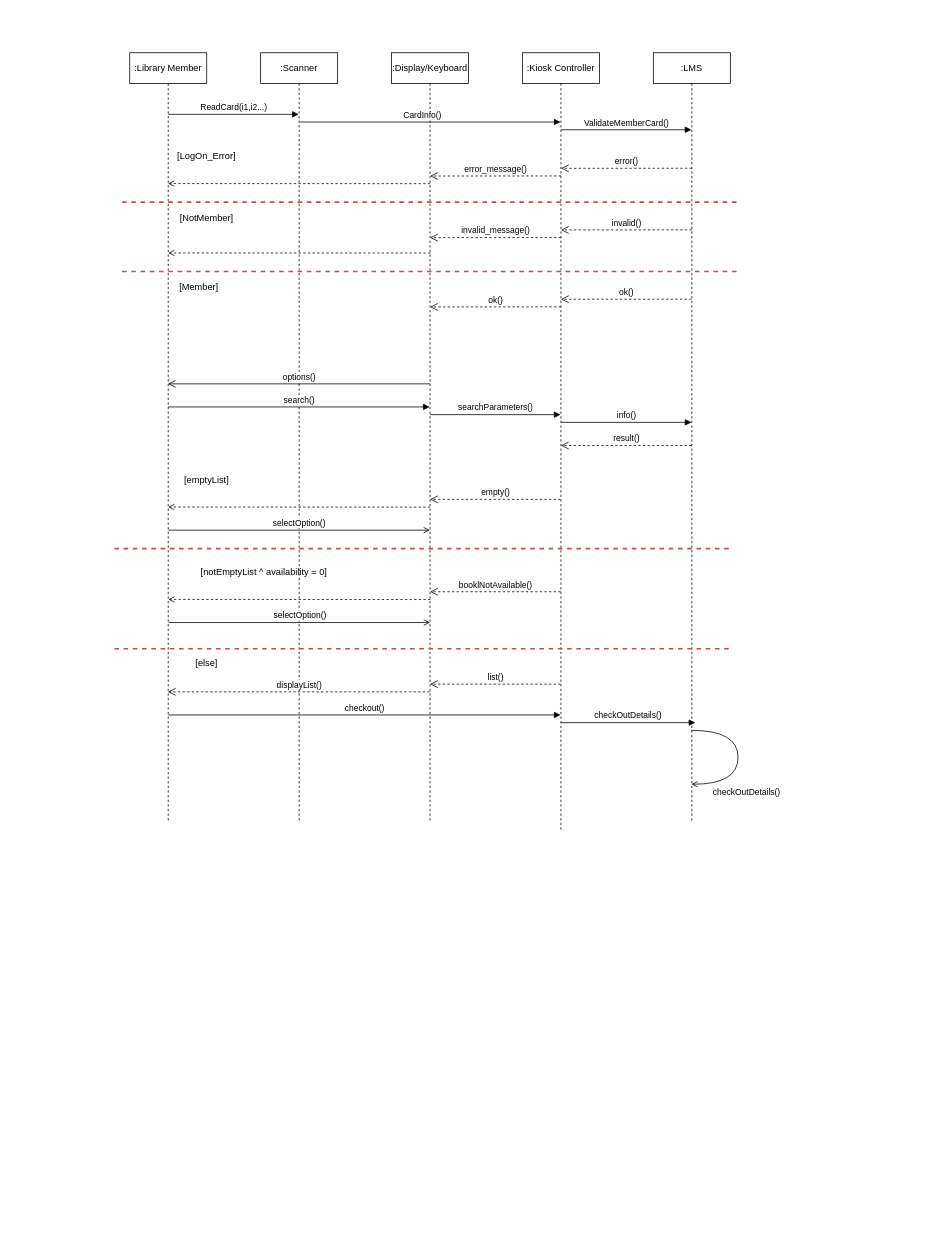
Earlier version of the draw.io diagram Sequence.drawio (CS6359-OOAD/Assignments). Source tidied: cells renumbered, new cells numbered last; positions are measured from the earlier drawing's top-left corner, leaving out a move shared by most shapes. Both pictures are drawn from the tidied source at 77%, with x=0, y=0 at pixel (114, 52).
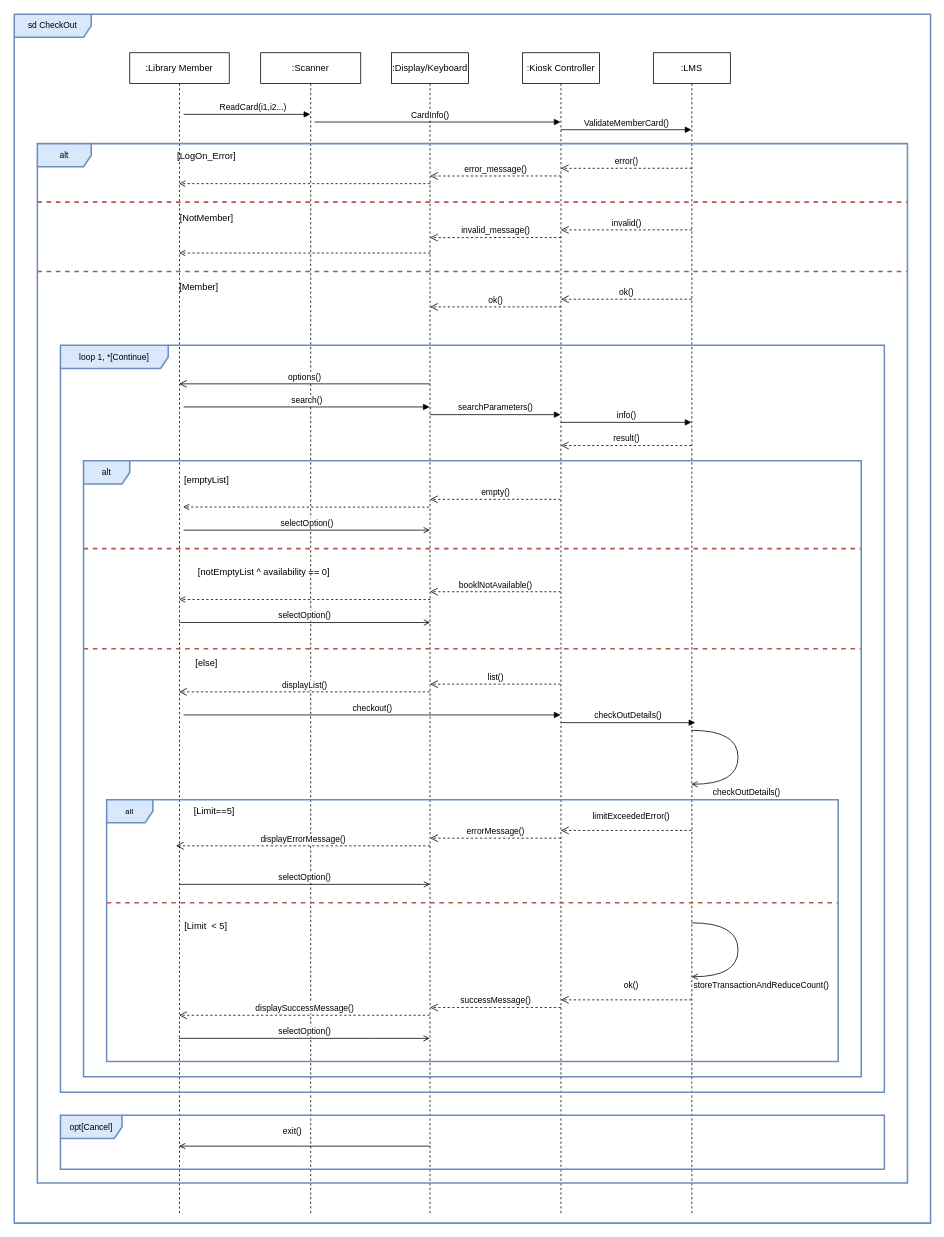
The same diagram, later.

The edit, as a diff of the source:
```diff
@@
     <mxCell id="2" value=":Library Member" style="shape=umlLifeline;perimeter=lifelinePerimeter;whiteSpace=wrap;html=1;outlineConnect=0;" parent="1" vertex="1">
-      <mxGeometry x="20" width="100" height="1000" as="geometry" />
+      <mxGeometry x="20" width="129.2" height="1510" as="geometry" />
     </mxCell>
+    <mxCell id="44" value="[Limit==5]" style="text;html=1;strokeColor=none;fillColor=none;align=center;verticalAlign=middle;whiteSpace=wrap;rounded=0;" parent="2" vertex="1">
+      <mxGeometry x="80" y="970" width="60" height="30" as="geometry" />
+    </mxCell>
+    <mxCell id="45" value="[Limit&amp;nbsp; &amp;lt; 5]" style="text;html=1;strokeColor=none;fillColor=none;align=center;verticalAlign=middle;whiteSpace=wrap;rounded=0;" parent="2" vertex="1">
+      <mxGeometry x="69.2" y="1120" width="60" height="30" as="geometry" />
+    </mxCell>
+    <mxCell id="34" style="endArrow=open;html=1;rounded=0;exitX=0.716;exitY=0.2;exitDx=0;exitDy=0;exitPerimeter=0;endFill=0;dashed=1;" parent="2" edge="1">
+      <mxGeometry relative="1" as="geometry">
+        <mxPoint x="388.7" y="590.1" as="sourcePoint" />
+        <mxPoint x="69.2" y="590" as="targetPoint" />
+      </mxGeometry>
+    </mxCell>
     <mxCell id="3" value=":Scanner" style="shape=umlLifeline;perimeter=lifelinePerimeter;whiteSpace=wrap;html=1;outlineConnect=0;" parent="1" vertex="1">
-      <mxGeometry x="190" width="100" height="1000" as="geometry" />
+      <mxGeometry x="190" width="130" height="1510" as="geometry" />
     </mxCell>
@@
     <mxCell id="5" value=":Display/Keyboard" style="shape=umlLifeline;perimeter=lifelinePerimeter;whiteSpace=wrap;html=1;outlineConnect=0;" parent="1" vertex="1">
-      <mxGeometry x="360" width="100" height="1000" as="geometry" />
+      <mxGeometry x="360" width="100" height="1510" as="geometry" />
     </mxCell>
     <mxCell id="6" value="CardInfo()" style="html=1;verticalAlign=bottom;endArrow=block;rounded=0;" parent="5" edge="1" target="11">
       <mxGeometry x="-0.06" relative="1" as="geometry">
-        <mxPoint x="-119" y="90" as="sourcePoint" />
+        <mxPoint x="-100" y="90" as="sourcePoint" />
+        <Array as="points">
+          <mxPoint x="-100" y="90" />
+        </Array>
       </mxGeometry>
     </mxCell>
@@
     <mxCell id="11" value=":Kiosk Controller" style="shape=umlLifeline;perimeter=lifelinePerimeter;whiteSpace=wrap;html=1;outlineConnect=0;" parent="1" vertex="1">
-      <mxGeometry x="530" width="100" height="1010" as="geometry" />
+      <mxGeometry x="530" width="100" height="1510" as="geometry" />
     </mxCell>
@@
     <mxCell id="16" value=":LMS" style="shape=umlLifeline;perimeter=lifelinePerimeter;whiteSpace=wrap;html=1;outlineConnect=0;" parent="1" vertex="1">
-      <mxGeometry x="700" width="100" height="1000" as="geometry" />
+      <mxGeometry x="700" width="100" height="1510" as="geometry" />
     </mxCell>
@@
-    <mxCell id="18" style="endArrow=open;html=1;rounded=0;exitX=0.716;exitY=0.2;exitDx=0;exitDy=0;exitPerimeter=0;entryX=0.086;entryY=0.058;entryDx=0;entryDy=0;entryPerimeter=0;endFill=0;dashed=1;" parent="16" edge="1">
+    <mxCell id="18" style="endArrow=open;html=1;rounded=0;exitX=0.716;exitY=0.2;exitDx=0;exitDy=0;exitPerimeter=0;endFill=0;dashed=1;" parent="16" edge="1" target="2">
       <mxGeometry relative="1" as="geometry">
         <mxPoint x="-289.9" y="170" as="sourcePoint" />
-        <mxPoint x="-630.3" y="169.9" as="targetPoint" />
       </mxGeometry>
     </mxCell>
-    <mxCell id="19" style="endArrow=open;html=1;rounded=0;exitX=0.716;exitY=0.2;exitDx=0;exitDy=0;exitPerimeter=0;entryX=0.086;entryY=0.058;entryDx=0;entryDy=0;entryPerimeter=0;endFill=0;dashed=1;" parent="16" edge="1">
+    <mxCell id="19" style="endArrow=open;html=1;rounded=0;exitX=0.716;exitY=0.2;exitDx=0;exitDy=0;exitPerimeter=0;endFill=0;dashed=1;" parent="16" edge="1" target="2">
       <mxGeometry relative="1" as="geometry">
         <mxPoint x="-289.6" y="260.1" as="sourcePoint" />
-        <mxPoint x="-630" y="260" as="targetPoint" />
       </mxGeometry>
     </mxCell>
@@
+    <mxCell id="46" value="storeTransactionAndReduceCount()" style="html=1;verticalAlign=bottom;endArrow=open;rounded=0;endFill=0;edgeStyle=orthogonalEdgeStyle;curved=1;" parent="16" edge="1">
+      <mxGeometry x="0.37" y="36" relative="1" as="geometry">
+        <mxPoint x="49.8" y="1130" as="sourcePoint" />
+        <mxPoint x="49.8" y="1200" as="targetPoint" />
+        <Array as="points">
+          <mxPoint x="110" y="1130" />
+          <mxPoint x="110" y="1200" />
+        </Array>
+        <mxPoint x="30" y="-16" as="offset" />
+      </mxGeometry>
+    </mxCell>
     <mxCell id="23" value="ReadCard(i1,i2...)" style="html=1;verticalAlign=bottom;endArrow=block;rounded=0;" parent="1" edge="1" target="3">
-      <mxGeometry relative="1" as="geometry">
-        <mxPoint x="70" y="80" as="sourcePoint" />
+      <mxGeometry x="0.09" relative="1" as="geometry">
+        <mxPoint x="90" y="80" as="sourcePoint" />
       </mxGeometry>
     </mxCell>
@@
     <mxCell id="26" style="line;strokeWidth=2;fillColor=#f8cecc;align=left;verticalAlign=middle;spacingTop=-1;spacingLeft=3;spacingRight=3;labelPosition=right;dashed=1;strokeColor=#b85450;" parent="1" vertex="1">
-      <mxGeometry x="10" y="190" width="800" height="8" as="geometry" />
+      <mxGeometry x="-100" y="190" width="1130" height="8" as="geometry" />
     </mxCell>
@@
     <mxCell id="29" style="line;strokeWidth=2;fillColor=#f8cecc;align=left;verticalAlign=middle;spacingTop=-1;spacingLeft=3;spacingRight=3;labelPosition=right;dashed=1;strokeColor=#b85450;" parent="1" vertex="1">
-      <mxGeometry x="10" y="280" width="800" height="8" as="geometry" />
+      <mxGeometry x="-100" y="280" width="1130" height="8" as="geometry" />
     </mxCell>
@@
     <mxCell id="32" value="search()" style="html=1;verticalAlign=bottom;endArrow=block;rounded=0;" parent="1" edge="1" target="5">
       <mxGeometry relative="1" as="geometry">
-        <mxPoint x="70" y="460" as="sourcePoint" />
+        <mxPoint x="90" y="460" as="sourcePoint" />
       </mxGeometry>
     </mxCell>
@@
-    <mxCell id="34" style="endArrow=open;html=1;rounded=0;exitX=0.716;exitY=0.2;exitDx=0;exitDy=0;exitPerimeter=0;entryX=0.086;entryY=0.058;entryDx=0;entryDy=0;entryPerimeter=0;endFill=0;dashed=1;" parent="1" edge="1">
-      <mxGeometry relative="1" as="geometry">
-        <mxPoint x="410.2" y="590.1" as="sourcePoint" />
-        <mxPoint x="69.8" y="590" as="targetPoint" />
-      </mxGeometry>
-    </mxCell>
     <mxCell id="35" value="selectOption()" style="html=1;verticalAlign=bottom;endArrow=open;rounded=0;endFill=0;" parent="1" edge="1">
       <mxGeometry relative="1" as="geometry">
-        <mxPoint x="70.2" y="620" as="sourcePoint" />
+        <mxPoint x="90" y="620" as="sourcePoint" />
         <mxPoint x="409.8" y="620" as="targetPoint" />
       </mxGeometry>
     </mxCell>
     <mxCell id="36" style="line;strokeWidth=2;fillColor=#f8cecc;align=left;verticalAlign=middle;spacingTop=-1;spacingLeft=3;spacingRight=3;labelPosition=right;dashed=1;strokeColor=#b85450;" parent="1" vertex="1">
-      <mxGeometry y="640" width="800" height="8" as="geometry" />
+      <mxGeometry x="-40" y="640" width="1010" height="8" as="geometry" />
     </mxCell>
-    <mxCell id="37" value="[notEmptyList ^ availability = 0]" style="text;html=1;strokeColor=none;fillColor=none;align=center;verticalAlign=middle;whiteSpace=wrap;rounded=0;" parent="1" vertex="1">
+    <mxCell id="37" value="[notEmptyList ^ availability == 0]" style="text;html=1;strokeColor=none;fillColor=none;align=center;verticalAlign=middle;whiteSpace=wrap;rounded=0;" parent="1" vertex="1">
       <mxGeometry x="89.2" y="660" width="210.8" height="30" as="geometry" />
     </mxCell>
-    <mxCell id="38" style="endArrow=open;html=1;rounded=0;exitX=0.716;exitY=0.2;exitDx=0;exitDy=0;exitPerimeter=0;entryX=0.086;entryY=0.058;entryDx=0;entryDy=0;entryPerimeter=0;endFill=0;dashed=1;" parent="1" edge="1">
+    <mxCell id="38" style="endArrow=open;html=1;rounded=0;exitX=0.716;exitY=0.2;exitDx=0;exitDy=0;exitPerimeter=0;endFill=0;dashed=1;" parent="1" edge="1" target="2">
       <mxGeometry relative="1" as="geometry">
         <mxPoint x="410.4" y="710.1" as="sourcePoint" />
-        <mxPoint x="70" y="710" as="targetPoint" />
       </mxGeometry>
     </mxCell>
-    <mxCell id="39" value="selectOption()" style="html=1;verticalAlign=bottom;endArrow=open;rounded=0;endFill=0;" parent="1" edge="1">
+    <mxCell id="39" value="selectOption()" style="html=1;verticalAlign=bottom;endArrow=open;rounded=0;endFill=0;" parent="1" edge="1" source="2">
       <mxGeometry relative="1" as="geometry">
-        <mxPoint x="70.5" y="740" as="sourcePoint" />
         <mxPoint x="410" y="740" as="targetPoint" />
       </mxGeometry>
     </mxCell>
     <mxCell id="40" style="line;strokeWidth=2;fillColor=#f8cecc;align=left;verticalAlign=middle;spacingTop=-1;spacingLeft=3;spacingRight=3;labelPosition=right;dashed=1;strokeColor=#b85450;" parent="1" vertex="1">
-      <mxGeometry y="770" width="800" height="8" as="geometry" />
+      <mxGeometry x="-40" y="770" width="1010" height="8" as="geometry" />
     </mxCell>
@@
     <mxCell id="42" value="checkout()" style="html=1;verticalAlign=bottom;endArrow=block;rounded=0;" parent="1" edge="1" target="11">
       <mxGeometry relative="1" as="geometry">
-        <mxPoint x="70.2" y="860" as="sourcePoint" />
+        <mxPoint x="90" y="860" as="sourcePoint" />
       </mxGeometry>
     </mxCell>
@@
+    <mxCell id="47" value="limitExceededError()" style="html=1;verticalAlign=bottom;endArrow=open;dashed=1;endSize=8;rounded=0;entryX=0.716;entryY=0.035;entryDx=0;entryDy=0;entryPerimeter=0;endFill=0;" parent="1" edge="1">
+      <mxGeometry x="-0.06" y="-10" relative="1" as="geometry">
+        <mxPoint x="749.5" y="1010" as="sourcePoint" />
+        <mxPoint x="580" y="1010" as="targetPoint" />
+        <mxPoint x="1" as="offset" />
+      </mxGeometry>
+    </mxCell>
+    <mxCell id="48" value="errorMessage()" style="html=1;verticalAlign=bottom;endArrow=open;dashed=1;endSize=8;rounded=0;entryX=0.716;entryY=0.035;entryDx=0;entryDy=0;entryPerimeter=0;endFill=0;" parent="1" edge="1">
+      <mxGeometry relative="1" as="geometry">
+        <mxPoint x="579.8" y="1020" as="sourcePoint" />
+        <mxPoint x="410.2" y="1020" as="targetPoint" />
+      </mxGeometry>
+    </mxCell>
+    <mxCell id="49" style="line;strokeWidth=2;fillColor=#f8cecc;align=left;verticalAlign=middle;spacingTop=-1;spacingLeft=3;spacingRight=3;labelPosition=right;dashed=1;strokeColor=#b85450;" parent="1" vertex="1">
+      <mxGeometry x="-10" y="1100" width="950" height="8" as="geometry" />
+    </mxCell>
+    <mxCell id="50" value="selectOption()" style="html=1;verticalAlign=bottom;endArrow=open;rounded=0;endFill=0;" parent="1" edge="1" source="2">
+      <mxGeometry relative="1" as="geometry">
+        <mxPoint x="410" y="1080" as="targetPoint" />
+      </mxGeometry>
+    </mxCell>
+    <mxCell id="51" value="ok()" style="html=1;verticalAlign=bottom;endArrow=open;dashed=1;endSize=8;rounded=0;entryX=0.716;entryY=0.035;entryDx=0;entryDy=0;entryPerimeter=0;endFill=0;" parent="1" edge="1">
+      <mxGeometry x="-0.06" y="-10" relative="1" as="geometry">
+        <mxPoint x="749.5" y="1230" as="sourcePoint" />
+        <mxPoint x="580" y="1230" as="targetPoint" />
+        <mxPoint x="1" as="offset" />
+      </mxGeometry>
+    </mxCell>
+    <mxCell id="52" value="displaySuccessMessage()" style="html=1;verticalAlign=bottom;endArrow=open;dashed=1;endSize=8;rounded=0;endFill=0;" parent="1" edge="1" source="5" target="2">
+      <mxGeometry relative="1" as="geometry">
+        <Array as="points">
+          <mxPoint x="370" y="1250" />
+          <mxPoint x="150" y="1250" />
+        </Array>
+      </mxGeometry>
+    </mxCell>
+    <mxCell id="53" value="successMessage()" style="html=1;verticalAlign=bottom;endArrow=open;dashed=1;endSize=8;rounded=0;entryX=0.716;entryY=0.035;entryDx=0;entryDy=0;entryPerimeter=0;endFill=0;" parent="1" edge="1">
+      <mxGeometry relative="1" as="geometry">
+        <mxPoint x="579.8" y="1240" as="sourcePoint" />
+        <mxPoint x="410.2" y="1240" as="targetPoint" />
+      </mxGeometry>
+    </mxCell>
+    <mxCell id="54" value="selectOption()" style="html=1;verticalAlign=bottom;endArrow=open;rounded=0;endFill=0;" parent="1" edge="1" source="2" target="5">
+      <mxGeometry relative="1" as="geometry">
+        <Array as="points">
+          <mxPoint x="330" y="1280" />
+        </Array>
+      </mxGeometry>
+    </mxCell>
+    <mxCell id="55" value="exit()" style="html=1;verticalAlign=bottom;endArrow=open;rounded=0;endFill=0;" parent="1" edge="1" target="2">
+      <mxGeometry x="0.1" y="-10" relative="1" as="geometry">
+        <mxPoint x="410" y="1420" as="sourcePoint" />
+        <Array as="points">
+          <mxPoint x="410" y="1420" />
+          <mxPoint x="240" y="1420" />
+        </Array>
+      </mxGeometry>
+    </mxCell>
+    <mxCell id="56" value="&lt;font style=&quot;font-size: 11px&quot;&gt;opt[Cancel]&lt;/font&gt;" style="shape=umlFrame;whiteSpace=wrap;html=1;fillColor=#dae8fc;strokeColor=#6c8ebf;strokeWidth=2;width=80;height=30;" parent="1" vertex="1">
+      <mxGeometry x="-70" y="1380" width="1070" height="70" as="geometry" />
+    </mxCell>
+    <mxCell id="57" value="alt" style="shape=umlFrame;whiteSpace=wrap;html=1;fontSize=10;strokeWidth=2;fillColor=#dae8fc;strokeColor=#6c8ebf;" parent="1" vertex="1">
+      <mxGeometry x="-10" y="970" width="950" height="340" as="geometry" />
+    </mxCell>
+    <mxCell id="58" value="displayErrorMessage()" style="html=1;verticalAlign=bottom;endArrow=open;dashed=1;endSize=8;rounded=0;endFill=0;" parent="1" edge="1">
+      <mxGeometry relative="1" as="geometry">
+        <mxPoint x="410" y="1030" as="sourcePoint" />
+        <mxPoint x="80" y="1030" as="targetPoint" />
+      </mxGeometry>
+    </mxCell>
+    <mxCell id="59" value="&lt;font style=&quot;font-size: 11px&quot;&gt;alt&lt;/font&gt;" style="shape=umlFrame;whiteSpace=wrap;html=1;fontSize=10;strokeWidth=2;fillColor=#dae8fc;strokeColor=#6c8ebf;" parent="1" vertex="1">
+      <mxGeometry x="-40" y="530" width="1010" height="800" as="geometry" />
+    </mxCell>
+    <mxCell id="60" value="&lt;font style=&quot;font-size: 11px&quot;&gt;loop 1, *[Continue]&lt;/font&gt;" style="shape=umlFrame;whiteSpace=wrap;html=1;fontSize=10;strokeWidth=2;fillColor=#dae8fc;strokeColor=#6c8ebf;width=140;height=30;" parent="1" vertex="1">
+      <mxGeometry x="-70" y="380" width="1070" height="970" as="geometry" />
+    </mxCell>
+    <mxCell id="61" value="&lt;font style=&quot;font-size: 11px&quot;&gt;alt&lt;/font&gt;" style="shape=umlFrame;whiteSpace=wrap;html=1;fontSize=10;strokeWidth=2;fillColor=#dae8fc;strokeColor=#6c8ebf;width=70;height=30;" parent="1" vertex="1">
+      <mxGeometry x="-100" y="118" width="1130" height="1350" as="geometry" />
+    </mxCell>
+    <mxCell id="62" value="&lt;font style=&quot;font-size: 11px&quot;&gt;sd CheckOut&lt;/font&gt;" style="shape=umlFrame;whiteSpace=wrap;html=1;fontSize=10;strokeWidth=2;fillColor=#dae8fc;strokeColor=#6c8ebf;width=100;height=30;" parent="1" vertex="1">
+      <mxGeometry x="-130" y="-50" width="1190" height="1570" as="geometry" />
+    </mxCell>
```
